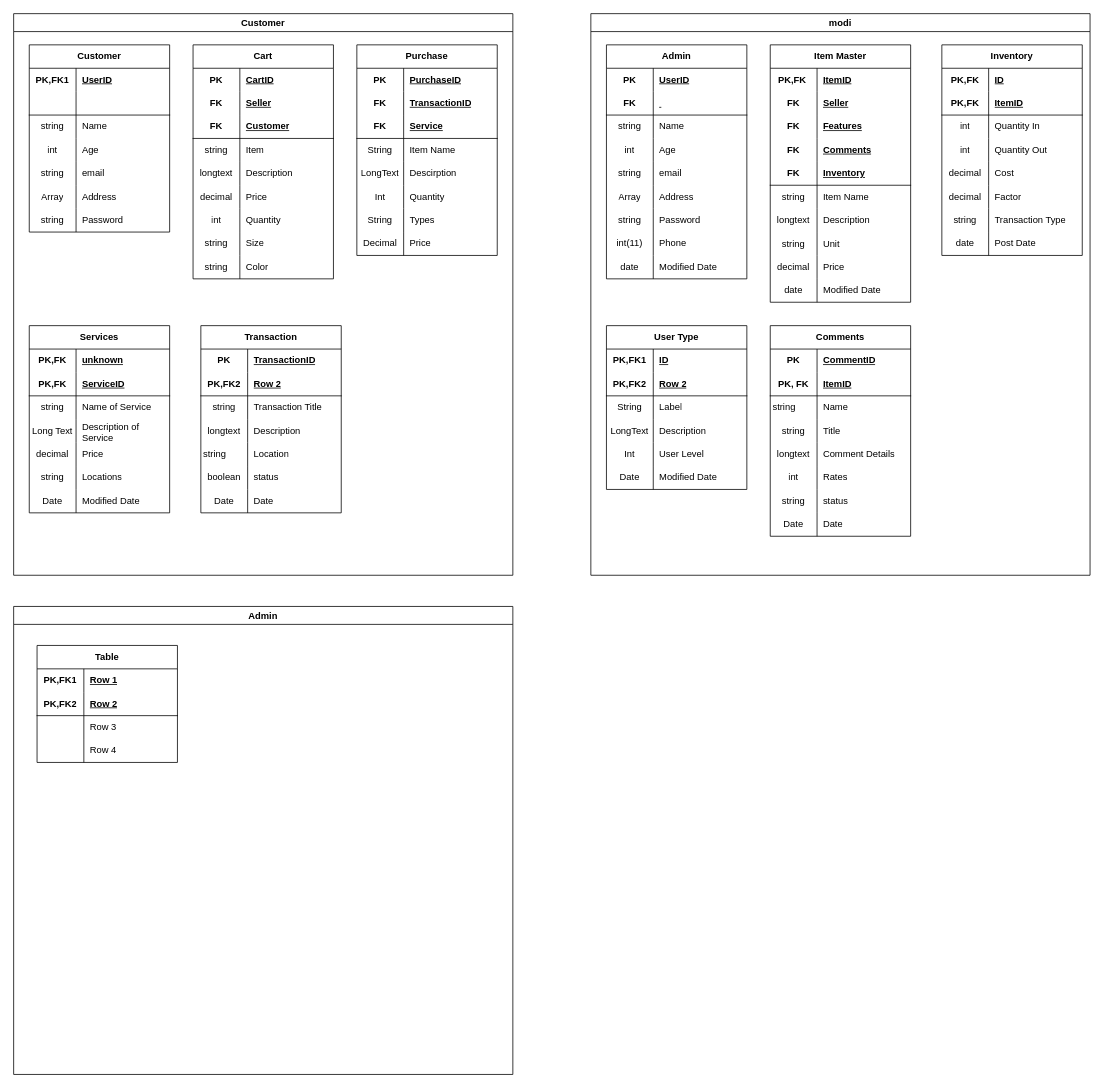
Above: Untitled Diagram.drawio in clydeaaron/ERD (draw.io), before the change. Source tidied: cells renumbered, new cells numbered last; positions are measured from the earlier drawing's top-left corner, leaving out a move shared by most shapes. Both pictures are drawn from the tidied source at 78%, with x=0, y=0 at pixel (13, 13).
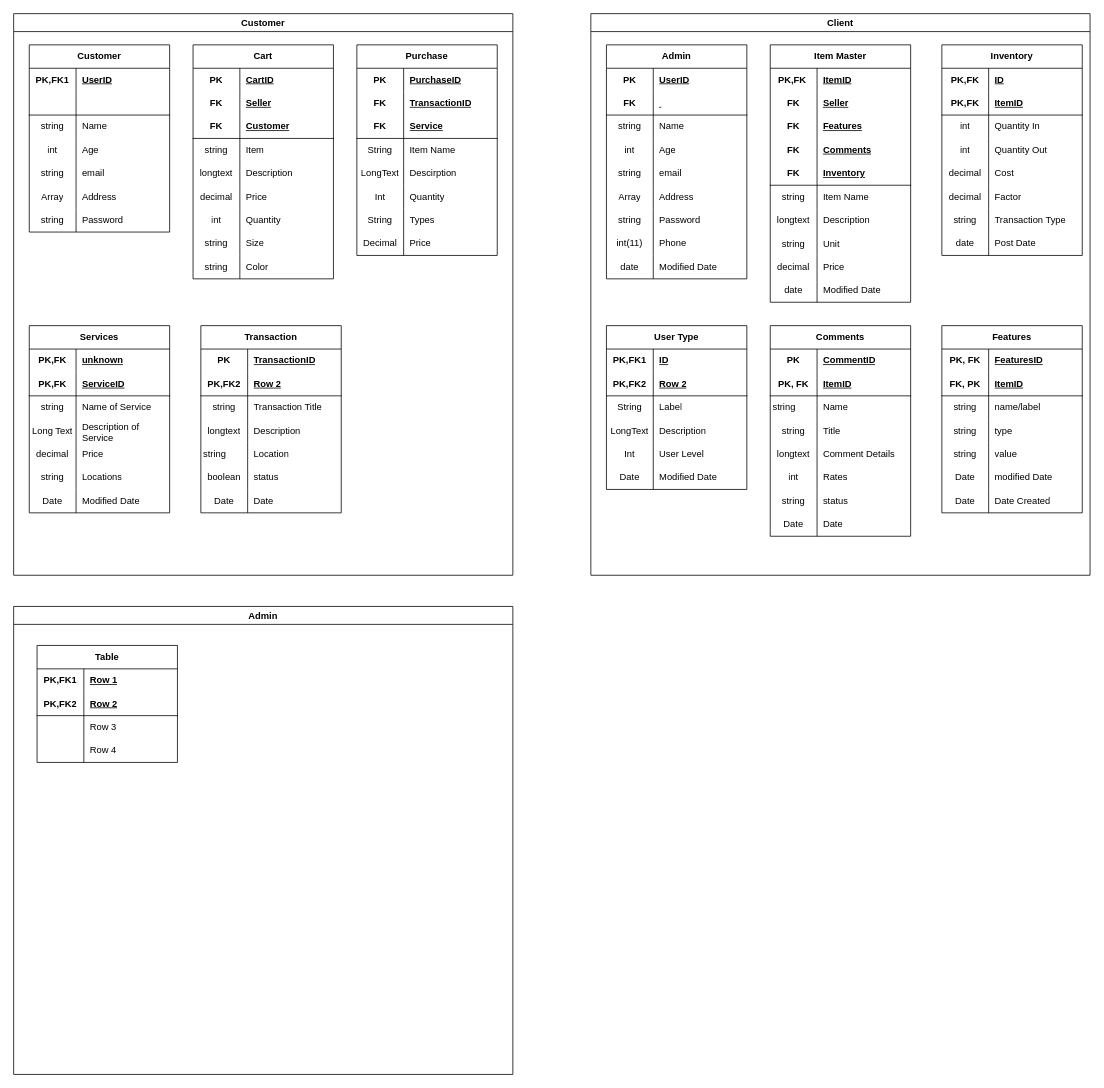
Above is the later version.

Commit message:
Features Table

What changed in the source:
```diff
@@
-    <mxCell id="122" value="modi" style="swimlane;whiteSpace=wrap;html=1;fillColor=#FFFFFF;" parent="1" vertex="1">
+    <mxCell id="122" value="Client" style="swimlane;whiteSpace=wrap;html=1;fillColor=#FFFFFF;" parent="1" vertex="1">
       <mxGeometry x="740" width="640" height="720" as="geometry" />
     </mxCell>
@@
+    <mxCell id="265" value="Features" style="shape=table;startSize=30;childLayout=tableLayout;rowLines=0;fontStyle=1;align=center;html=1;whiteSpace=wrap;" parent="122" vertex="1">
+      <mxGeometry x="450" y="400" width="180" height="240" as="geometry" />
+    </mxCell>
+    <mxCell id="266" style="shape=tableRow;horizontal=0;startSize=0;swimlaneHead=0;swimlaneBody=0;fillColor=none;top=0;left=0;right=0;bottom=0;html=1;" parent="265" vertex="1">
+      <mxGeometry y="30" width="180" height="30" as="geometry" />
+    </mxCell>
+    <mxCell id="267" value="PK, FK" style="shape=partialRectangle;fillColor=none;top=0;left=0;bottom=0;right=0;fontStyle=1;overflow=hidden;html=1;whiteSpace=wrap;" parent="266" vertex="1">
+      <mxGeometry width="60" height="30" as="geometry" />
+    </mxCell>
+    <mxCell id="268" value="FeaturesID" style="shape=partialRectangle;fillColor=none;top=0;left=0;bottom=0;right=0;align=left;spacingLeft=6;fontStyle=5;overflow=hidden;html=1;whiteSpace=wrap;" parent="266" vertex="1">
+      <mxGeometry x="60" width="120" height="30" as="geometry" />
+    </mxCell>
+    <mxCell id="269" style="shape=tableRow;horizontal=0;startSize=0;swimlaneHead=0;swimlaneBody=0;fillColor=none;top=0;left=0;right=0;bottom=1;html=1;" parent="265" vertex="1">
+      <mxGeometry y="60" width="180" height="30" as="geometry" />
+    </mxCell>
+    <mxCell id="270" value="FK, PK" style="shape=partialRectangle;fillColor=none;top=0;left=0;bottom=0;right=0;fontStyle=1;overflow=hidden;html=1;whiteSpace=wrap;" parent="269" vertex="1">
+      <mxGeometry width="60" height="30" as="geometry" />
+    </mxCell>
+    <mxCell id="271" value="ItemID" style="shape=partialRectangle;fillColor=none;top=0;left=0;bottom=0;right=0;align=left;spacingLeft=6;fontStyle=5;overflow=hidden;html=1;whiteSpace=wrap;" parent="269" vertex="1">
+      <mxGeometry x="60" width="120" height="30" as="geometry" />
+    </mxCell>
+    <mxCell id="272" style="shape=tableRow;horizontal=0;startSize=0;swimlaneHead=0;swimlaneBody=0;fillColor=none;top=0;left=0;right=0;bottom=0;html=1;" parent="265" vertex="1">
+      <mxGeometry y="90" width="180" height="30" as="geometry" />
+    </mxCell>
+    <mxCell id="273" value="string" style="shape=partialRectangle;fillColor=none;top=0;left=0;bottom=0;right=0;overflow=hidden;html=1;whiteSpace=wrap;" parent="272" vertex="1">
+      <mxGeometry width="60" height="30" as="geometry" />
+    </mxCell>
+    <mxCell id="274" value="name/label" style="shape=partialRectangle;fillColor=none;top=0;left=0;bottom=0;right=0;align=left;spacingLeft=6;overflow=hidden;html=1;whiteSpace=wrap;" parent="272" vertex="1">
+      <mxGeometry x="60" width="120" height="30" as="geometry" />
+    </mxCell>
+    <mxCell id="275" style="shape=tableRow;horizontal=0;startSize=0;swimlaneHead=0;swimlaneBody=0;fillColor=none;top=0;left=0;right=0;bottom=0;html=1;" parent="265" vertex="1">
+      <mxGeometry y="120" width="180" height="30" as="geometry" />
+    </mxCell>
+    <mxCell id="276" value="string" style="shape=partialRectangle;fillColor=none;top=0;left=0;bottom=0;right=0;overflow=hidden;html=1;whiteSpace=wrap;" parent="275" vertex="1">
+      <mxGeometry width="60" height="30" as="geometry" />
+    </mxCell>
+    <mxCell id="277" value="type" style="shape=partialRectangle;fillColor=none;top=0;left=0;bottom=0;right=0;align=left;spacingLeft=6;overflow=hidden;html=1;whiteSpace=wrap;" parent="275" vertex="1">
+      <mxGeometry x="60" width="120" height="30" as="geometry" />
+    </mxCell>
+    <mxCell id="278" style="shape=tableRow;horizontal=0;startSize=0;swimlaneHead=0;swimlaneBody=0;fillColor=none;top=0;left=0;right=0;bottom=0;" parent="265" vertex="1">
+      <mxGeometry y="150" width="180" height="30" as="geometry" />
+    </mxCell>
+    <mxCell id="279" value="string" style="shape=partialRectangle;fillColor=none;top=0;left=0;bottom=0;right=0;fontStyle=0;overflow=hidden;whiteSpace=wrap;html=1;" parent="278" vertex="1">
+      <mxGeometry width="60" height="30" as="geometry" />
+    </mxCell>
+    <mxCell id="280" value="value" style="shape=partialRectangle;fillColor=none;top=0;left=0;bottom=0;right=0;align=left;spacingLeft=6;fontStyle=0;overflow=hidden;whiteSpace=wrap;html=1;" parent="278" vertex="1">
+      <mxGeometry x="60" width="120" height="30" as="geometry" />
+    </mxCell>
+    <mxCell id="281" style="shape=tableRow;horizontal=0;startSize=0;swimlaneHead=0;swimlaneBody=0;fillColor=none;top=0;left=0;right=0;bottom=0;" parent="265" vertex="1">
+      <mxGeometry y="180" width="180" height="30" as="geometry" />
+    </mxCell>
+    <mxCell id="282" value="Date" style="shape=partialRectangle;fillColor=none;top=0;left=0;bottom=0;right=0;fontStyle=0;overflow=hidden;whiteSpace=wrap;html=1;" parent="281" vertex="1">
+      <mxGeometry width="60" height="30" as="geometry" />
+    </mxCell>
+    <mxCell id="283" value="modified Date" style="shape=partialRectangle;fillColor=none;top=0;left=0;bottom=0;right=0;align=left;spacingLeft=6;fontStyle=0;overflow=hidden;whiteSpace=wrap;html=1;" parent="281" vertex="1">
+      <mxGeometry x="60" width="120" height="30" as="geometry" />
+    </mxCell>
+    <mxCell id="284" style="shape=tableRow;horizontal=0;startSize=0;swimlaneHead=0;swimlaneBody=0;fillColor=none;top=0;left=0;right=0;bottom=0;" parent="265" vertex="1">
+      <mxGeometry y="210" width="180" height="30" as="geometry" />
+    </mxCell>
+    <mxCell id="285" value="Date" style="shape=partialRectangle;fillColor=none;top=0;left=0;bottom=0;right=0;fontStyle=0;overflow=hidden;whiteSpace=wrap;html=1;" parent="284" vertex="1">
+      <mxGeometry width="60" height="30" as="geometry" />
+    </mxCell>
+    <mxCell id="286" value="Date Created" style="shape=partialRectangle;fillColor=none;top=0;left=0;bottom=0;right=0;align=left;spacingLeft=6;fontStyle=0;overflow=hidden;whiteSpace=wrap;html=1;" parent="284" vertex="1">
+      <mxGeometry x="60" width="120" height="30" as="geometry" />
+    </mxCell>
```
